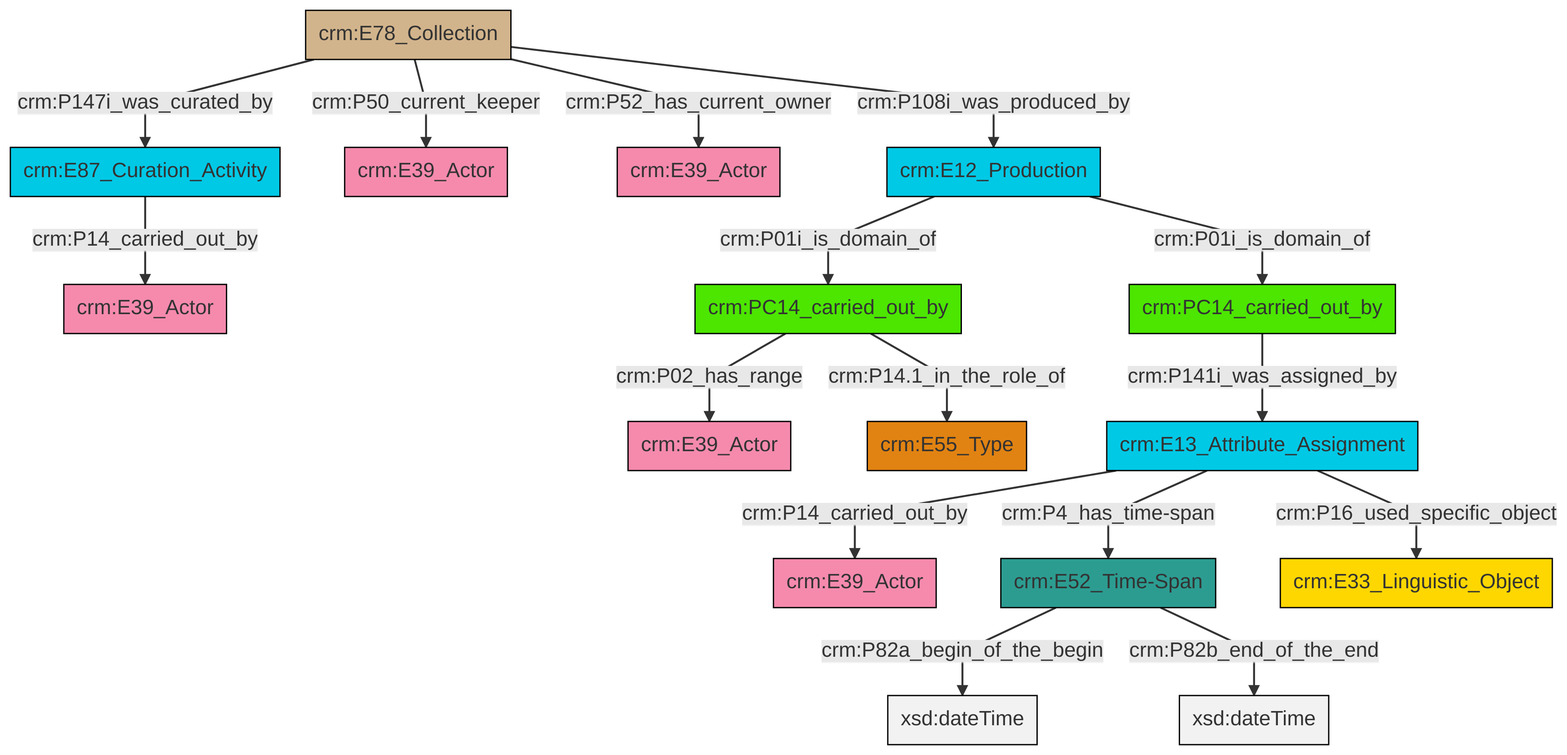
This is et/archivalCSV/ttl/mmd/png/archival_relation.png from swiss-art-research-net/docs.swissartresearch, a Mermaid export, as it was before one commit. Its source is kept beside it as et/archivalCSV/ttl/mmd/archival_relation.ttl.mmd.
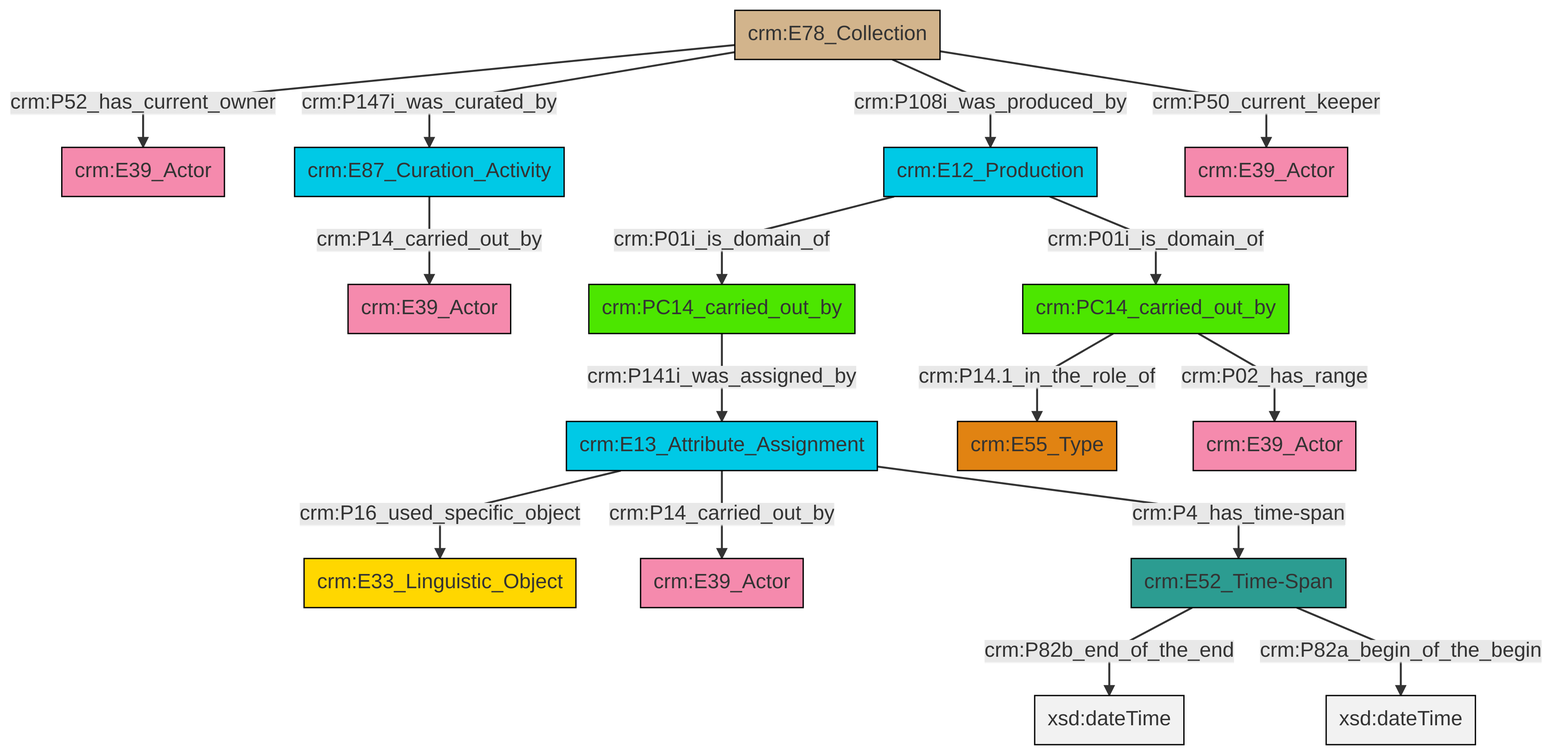
After the change.

What changed in the source:
```diff
@@ -13,18 +13,18 @@
 classDef PC_Classes fill:#4ce600, stroke:#000000;
 classDef Multi fill:#cccccc,stroke:#000000;
 
-0["crm:E78_Collection"]:::Physical_Thing -->|crm:P147i_was_curated_by| 1["crm:E87_Curation_Activity"]:::Temporal_Entity
-2["crm:PC14_carried_out_by"]:::PC_Classes -->|crm:P02_has_range| 3["crm:E39_Actor"]:::Actor
-4["crm:E13_Attribute_Assignment"]:::Temporal_Entity -->|crm:P14_carried_out_by| 5["crm:E39_Actor"]:::Actor
-1["crm:E87_Curation_Activity"]:::Temporal_Entity -->|crm:P14_carried_out_by| 6["crm:E39_Actor"]:::Actor
-0["crm:E78_Collection"]:::Physical_Thing -->|crm:P50_current_keeper| 10["crm:E39_Actor"]:::Actor
-0["crm:E78_Collection"]:::Physical_Thing -->|crm:P52_has_current_owner| 7["crm:E39_Actor"]:::Actor
-12["crm:E52_Time-Span"]:::Time-Span -->|crm:P82a_begin_of_the_begin| 13[xsd:dateTime]:::Literal
-14["crm:PC14_carried_out_by"]:::PC_Classes -->|crm:P141i_was_assigned_by| 4["crm:E13_Attribute_Assignment"]:::Temporal_Entity
-0["crm:E78_Collection"]:::Physical_Thing -->|crm:P108i_was_produced_by| 16["crm:E12_Production"]:::Temporal_Entity
-12["crm:E52_Time-Span"]:::Time-Span -->|crm:P82b_end_of_the_end| 21[xsd:dateTime]:::Literal
-4["crm:E13_Attribute_Assignment"]:::Temporal_Entity -->|crm:P4_has_time-span| 12["crm:E52_Time-Span"]:::Time-Span
-16["crm:E12_Production"]:::Temporal_Entity -->|crm:P01i_is_domain_of| 2["crm:PC14_carried_out_by"]:::PC_Classes
-2["crm:PC14_carried_out_by"]:::PC_Classes -->|crm:P14.1_in_the_role_of| 24["crm:E55_Type"]:::Type
-4["crm:E13_Attribute_Assignment"]:::Temporal_Entity -->|crm:P16_used_specific_object| 17["crm:E33_Linguistic_Object"]:::Conceptual_Object
-16["crm:E12_Production"]:::Temporal_Entity -->|crm:P01i_is_domain_of| 14["crm:PC14_carried_out_by"]:::PC_Classes
+0["crm:E13_Attribute_Assignment"]:::Temporal_Entity -->|crm:P16_used_specific_object| 1["crm:E33_Linguistic_Object"]:::Conceptual_Object
+2["crm:E78_Collection"]:::Physical_Thing -->|crm:P52_has_current_owner| 3["crm:E39_Actor"]:::Actor
+6["crm:E87_Curation_Activity"]:::Temporal_Entity -->|crm:P14_carried_out_by| 7["crm:E39_Actor"]:::Actor
+9["crm:E12_Production"]:::Temporal_Entity -->|crm:P01i_is_domain_of| 10["crm:PC14_carried_out_by"]:::PC_Classes
+10["crm:PC14_carried_out_by"]:::PC_Classes -->|crm:P14.1_in_the_role_of| 4["crm:E55_Type"]:::Type
+10["crm:PC14_carried_out_by"]:::PC_Classes -->|crm:P02_has_range| 16["crm:E39_Actor"]:::Actor
+0["crm:E13_Attribute_Assignment"]:::Temporal_Entity -->|crm:P4_has_time-span| 13["crm:E52_Time-Span"]:::Time-Span
+2["crm:E78_Collection"]:::Physical_Thing -->|crm:P147i_was_curated_by| 6["crm:E87_Curation_Activity"]:::Temporal_Entity
+13["crm:E52_Time-Span"]:::Time-Span -->|crm:P82b_end_of_the_end| 21[xsd:dateTime]:::Literal
+13["crm:E52_Time-Span"]:::Time-Span -->|crm:P82a_begin_of_the_begin| 23[xsd:dateTime]:::Literal
+9["crm:E12_Production"]:::Temporal_Entity -->|crm:P01i_is_domain_of| 27["crm:PC14_carried_out_by"]:::PC_Classes
+27["crm:PC14_carried_out_by"]:::PC_Classes -->|crm:P141i_was_assigned_by| 0["crm:E13_Attribute_Assignment"]:::Temporal_Entity
+2["crm:E78_Collection"]:::Physical_Thing -->|crm:P108i_was_produced_by| 9["crm:E12_Production"]:::Temporal_Entity
+2["crm:E78_Collection"]:::Physical_Thing -->|crm:P50_current_keeper| 24["crm:E39_Actor"]:::Actor
+0["crm:E13_Attribute_Assignment"]:::Temporal_Entity -->|crm:P14_carried_out_by| 11["crm:E39_Actor"]:::Actor
```
